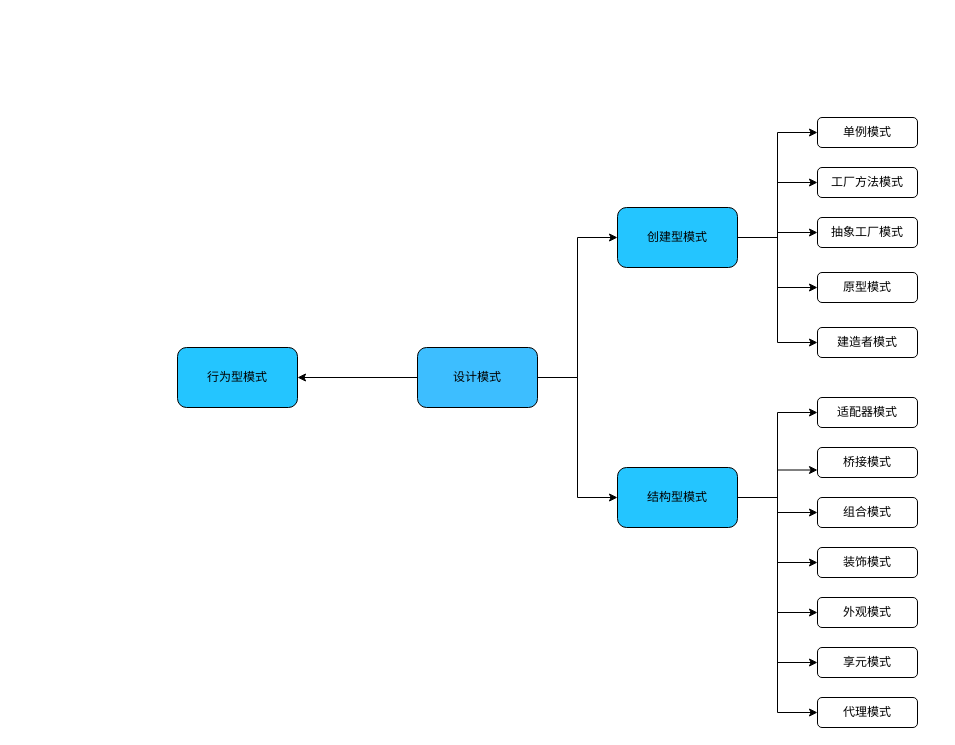
Before: 设计模式.drawio in wwyywg/Pattern, a draw.io diagram. Source tidied: cells renumbered, new cells numbered last; positions are measured from the earlier drawing's top-left corner, leaving out a move shared by most shapes. Both pictures are drawn from the tidied source at 100%, with x=0, y=0 at pixel (177, 117).
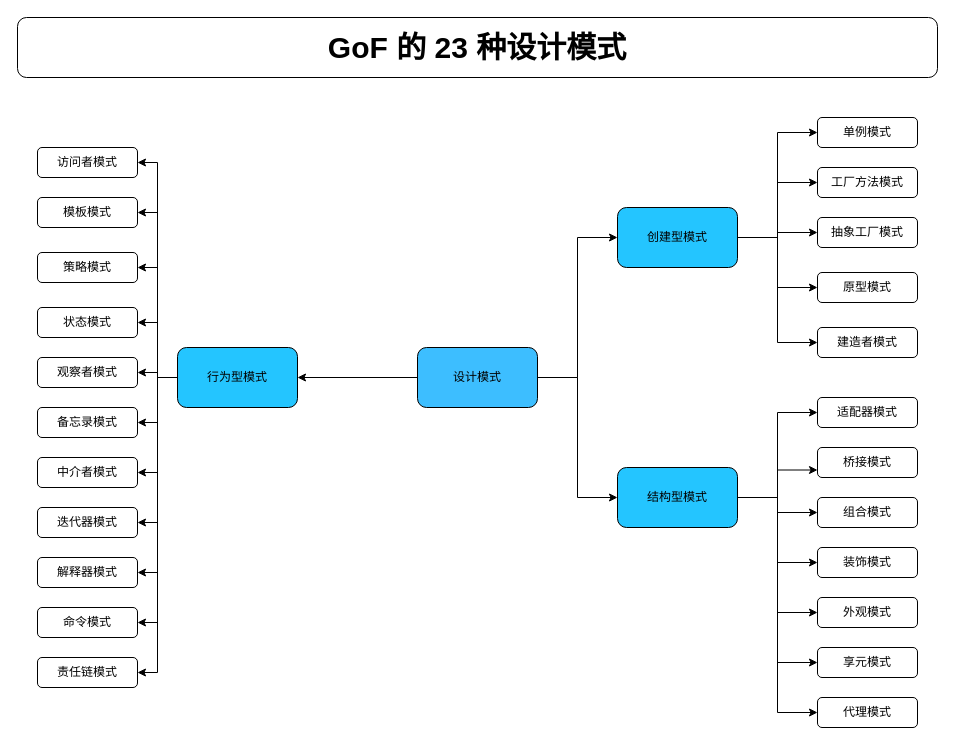
After the change.

Unchanged cells that the change refers to:
```xml
<mxCell id="6" value="行为型模式" style="rounded=1;whiteSpace=wrap;html=1;fillColor=#24C5FF;" parent="1" vertex="1">
  <mxGeometry y="230" width="120" height="60" as="geometry" />
</mxCell>
```

Diff of the diagram source:
```diff
@@
+    <mxCell id="33" style="edgeStyle=orthogonalEdgeStyle;rounded=0;jettySize=auto;html=1;exitX=0;exitY=0.5;exitDx=0;exitDy=0;entryX=1;entryY=0.5;entryDx=0;entryDy=0;" parent="1" edge="1" source="6" target="44">
+      <mxGeometry relative="1" as="geometry" />
+    </mxCell>
+    <mxCell id="34" style="edgeStyle=orthogonalEdgeStyle;rounded=0;jettySize=auto;html=1;exitX=0;exitY=0.5;exitDx=0;exitDy=0;entryX=1;entryY=0.5;entryDx=0;entryDy=0;" parent="1" edge="1" source="6" target="46">
+      <mxGeometry relative="1" as="geometry" />
+    </mxCell>
+    <mxCell id="35" style="edgeStyle=orthogonalEdgeStyle;rounded=0;jettySize=auto;html=1;exitX=0;exitY=0.5;exitDx=0;exitDy=0;entryX=1;entryY=0.5;entryDx=0;entryDy=0;" parent="1" edge="1" source="6" target="48">
+      <mxGeometry relative="1" as="geometry" />
+    </mxCell>
+    <mxCell id="36" style="edgeStyle=orthogonalEdgeStyle;rounded=0;jettySize=auto;html=1;exitX=0;exitY=0.5;exitDx=0;exitDy=0;entryX=1;entryY=0.5;entryDx=0;entryDy=0;" parent="1" edge="1" source="6" target="47">
+      <mxGeometry relative="1" as="geometry" />
+    </mxCell>
+    <mxCell id="37" style="edgeStyle=orthogonalEdgeStyle;rounded=0;jettySize=auto;html=1;exitX=0;exitY=0.5;exitDx=0;exitDy=0;entryX=1;entryY=0.5;entryDx=0;entryDy=0;" parent="1" edge="1" source="6" target="49">
+      <mxGeometry relative="1" as="geometry" />
+    </mxCell>
+    <mxCell id="38" style="edgeStyle=orthogonalEdgeStyle;rounded=0;jettySize=auto;html=1;exitX=0;exitY=0.5;exitDx=0;exitDy=0;entryX=1;entryY=0.5;entryDx=0;entryDy=0;" parent="1" edge="1" source="6" target="50">
+      <mxGeometry relative="1" as="geometry" />
+    </mxCell>
+    <mxCell id="39" style="edgeStyle=orthogonalEdgeStyle;rounded=0;jettySize=auto;html=1;exitX=0;exitY=0.5;exitDx=0;exitDy=0;entryX=1;entryY=0.5;entryDx=0;entryDy=0;" parent="1" edge="1" source="6" target="51">
+      <mxGeometry relative="1" as="geometry" />
+    </mxCell>
+    <mxCell id="40" style="edgeStyle=orthogonalEdgeStyle;rounded=0;jettySize=auto;html=1;exitX=0;exitY=0.5;exitDx=0;exitDy=0;entryX=1;entryY=0.5;entryDx=0;entryDy=0;" parent="1" edge="1" source="6" target="52">
+      <mxGeometry relative="1" as="geometry" />
+    </mxCell>
+    <mxCell id="41" style="edgeStyle=orthogonalEdgeStyle;rounded=0;jettySize=auto;html=1;exitX=0;exitY=0.5;exitDx=0;exitDy=0;entryX=1;entryY=0.5;entryDx=0;entryDy=0;" parent="1" edge="1" source="6" target="53">
+      <mxGeometry relative="1" as="geometry" />
+    </mxCell>
+    <mxCell id="42" style="edgeStyle=orthogonalEdgeStyle;rounded=0;jettySize=auto;html=1;exitX=0;exitY=0.5;exitDx=0;exitDy=0;entryX=1;entryY=0.5;entryDx=0;entryDy=0;" parent="1" edge="1" source="6" target="45">
+      <mxGeometry relative="1" as="geometry" />
+    </mxCell>
+    <mxCell id="43" style="edgeStyle=orthogonalEdgeStyle;rounded=0;jettySize=auto;html=1;exitX=0;exitY=0.5;exitDx=0;exitDy=0;entryX=1;entryY=0.5;entryDx=0;entryDy=0;" parent="1" edge="1" source="6" target="54">
+      <mxGeometry relative="1" as="geometry" />
+    </mxCell>
@@
+    <mxCell id="44" value="访问者模式" style="rounded=1;whiteSpace=wrap;html=1;fillColor=#FFFFFF;" parent="1" vertex="1">
+      <mxGeometry x="-140" y="30" width="100" height="30" as="geometry" />
+    </mxCell>
+    <mxCell id="45" value="命令模式" style="rounded=1;whiteSpace=wrap;html=1;fillColor=#FFFFFF;" parent="1" vertex="1">
+      <mxGeometry x="-140" y="490" width="100" height="30" as="geometry" />
+    </mxCell>
+    <mxCell id="46" value="模板模式" style="rounded=1;whiteSpace=wrap;html=1;fillColor=#FFFFFF;" parent="1" vertex="1">
+      <mxGeometry x="-140" y="80" width="100" height="30" as="geometry" />
+    </mxCell>
+    <mxCell id="47" value="状态模式" style="rounded=1;whiteSpace=wrap;html=1;fillColor=#FFFFFF;" parent="1" vertex="1">
+      <mxGeometry x="-140" y="190" width="100" height="30" as="geometry" />
+    </mxCell>
+    <mxCell id="48" value="策略模式" style="rounded=1;whiteSpace=wrap;html=1;fillColor=#FFFFFF;" parent="1" vertex="1">
+      <mxGeometry x="-140" y="135" width="100" height="30" as="geometry" />
+    </mxCell>
+    <mxCell id="49" value="观察者模式" style="rounded=1;whiteSpace=wrap;html=1;fillColor=#FFFFFF;" parent="1" vertex="1">
+      <mxGeometry x="-140" y="240" width="100" height="30" as="geometry" />
+    </mxCell>
+    <mxCell id="50" value="备忘录模式" style="rounded=1;whiteSpace=wrap;html=1;fillColor=#FFFFFF;" parent="1" vertex="1">
+      <mxGeometry x="-140" y="290" width="100" height="30" as="geometry" />
+    </mxCell>
+    <mxCell id="51" value="中介者模式" style="rounded=1;whiteSpace=wrap;html=1;fillColor=#FFFFFF;" parent="1" vertex="1">
+      <mxGeometry x="-140" y="340" width="100" height="30" as="geometry" />
+    </mxCell>
+    <mxCell id="52" value="迭代器模式" style="rounded=1;whiteSpace=wrap;html=1;fillColor=#FFFFFF;" parent="1" vertex="1">
+      <mxGeometry x="-140" y="390" width="100" height="30" as="geometry" />
+    </mxCell>
+    <mxCell id="53" value="解释器模式" style="rounded=1;whiteSpace=wrap;html=1;fillColor=#FFFFFF;" parent="1" vertex="1">
+      <mxGeometry x="-140" y="440" width="100" height="30" as="geometry" />
+    </mxCell>
+    <mxCell id="54" value="责任链模式" style="rounded=1;whiteSpace=wrap;html=1;fillColor=#FFFFFF;" parent="1" vertex="1">
+      <mxGeometry x="-140" y="540" width="100" height="30" as="geometry" />
+    </mxCell>
+    <mxCell id="55" value="&lt;b&gt;&lt;font style=&quot;font-size: 30px&quot;&gt;GoF 的 23 种设计模式&lt;/font&gt;&lt;/b&gt;" style="rounded=1;whiteSpace=wrap;html=1;fillColor=#FFFFFF;" parent="1" vertex="1">
+      <mxGeometry x="-160" y="-100" width="920" height="60" as="geometry" />
+    </mxCell>
```
